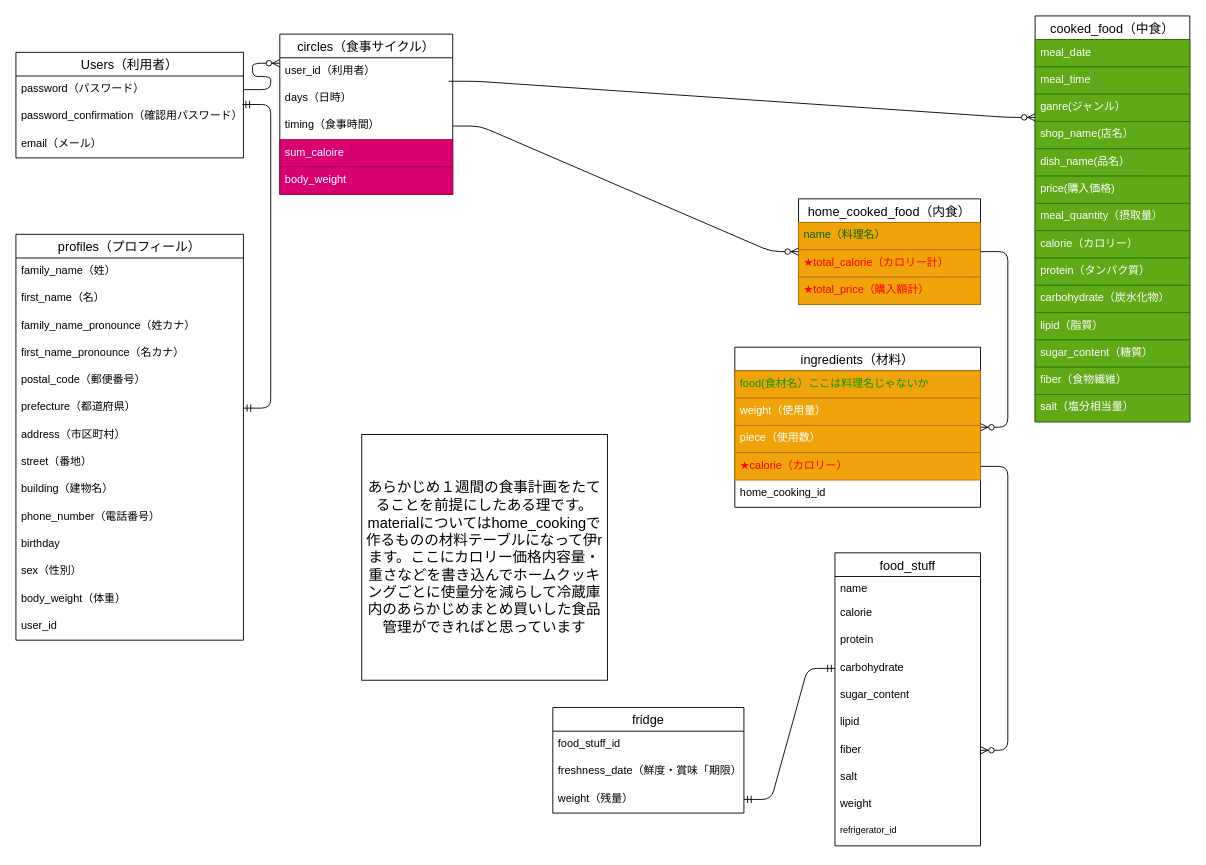
This is sample.dio from takuo-maeda/calculate_calorie_app, a draw.io file, before an edit. Source tidied: cells renumbered, new cells numbered last; positions are measured from the earlier drawing's top-left corner, leaving out a move shared by most shapes. Both pictures are drawn from the tidied source at 91%, with x=0, y=0 at pixel (15, 15).
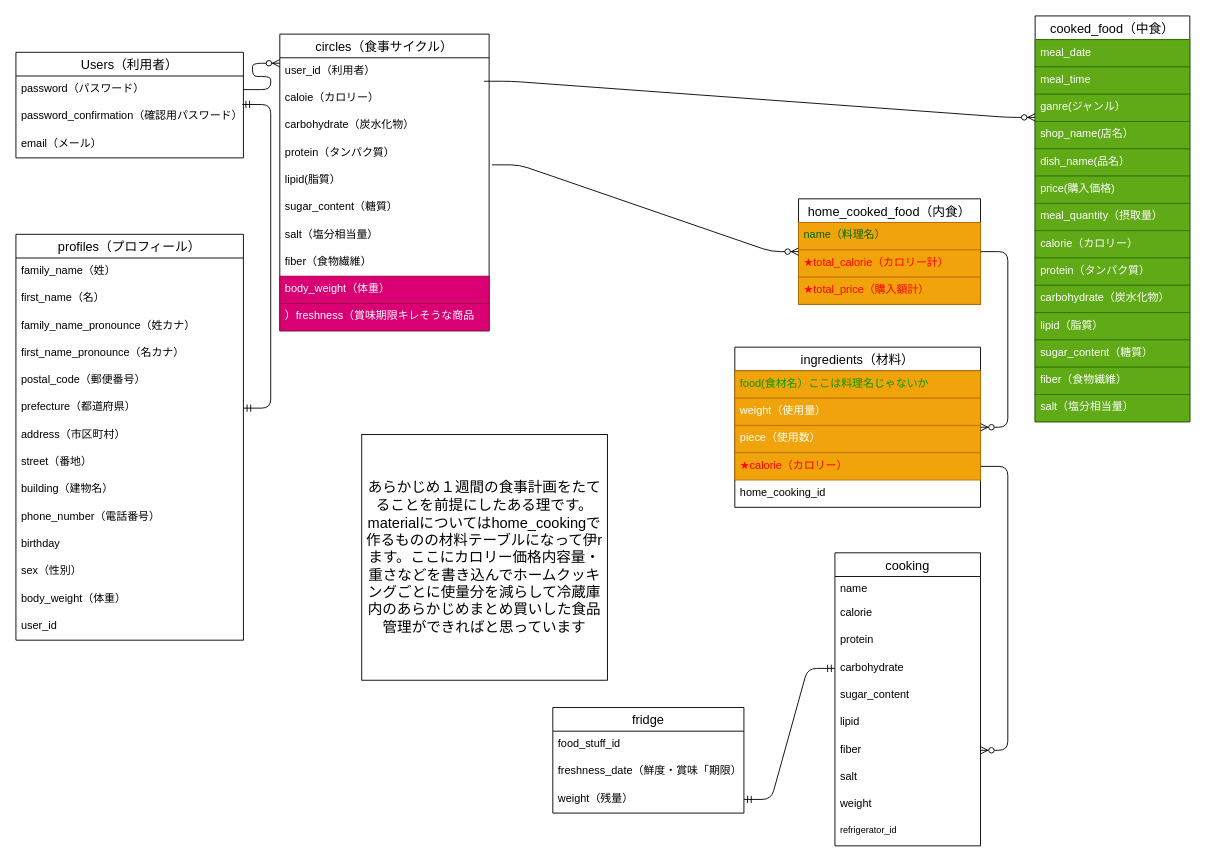
Above is the later version.

The change refers to these unchanged cells:
```xml
<mxCell id="27" value="home_cooked_food（内食）" style="swimlane;fontStyle=0;horizontal=1;startSize=26;align=center;fontSize=14;" parent="1" vertex="1">
  <mxGeometry x="860" y="201" width="200" height="116" as="geometry" />
</mxCell>
```

Diff of the diagram source:
```diff
@@
     <mxCell id="6" value="circles（食事サイクル）" style="swimlane;fontStyle=0;horizontal=1;startSize=26;align=center;fontSize=14;" parent="1" vertex="1">
-      <mxGeometry x="290" y="20" width="190" height="176" as="geometry" />
+      <mxGeometry x="290" y="20" width="230" height="326" as="geometry" />
     </mxCell>
     <mxCell id="7" value="user_id（利用者）" style="text;strokeColor=none;fillColor=none;spacingLeft=4;spacingRight=4;overflow=hidden;points=[[0,0.5],[1,0.5]];portConstraint=eastwest;fontSize=12;" parent="6" vertex="1">
-      <mxGeometry y="26" width="190" height="30" as="geometry" />
+      <mxGeometry y="26" width="230" height="30" as="geometry" />
     </mxCell>
-    <mxCell id="8" value="days（日時）" style="text;strokeColor=none;fillColor=none;spacingLeft=4;spacingRight=4;overflow=hidden;points=[[0,0.5],[1,0.5]];portConstraint=eastwest;fontSize=12;" parent="6" vertex="1">
-      <mxGeometry y="56" width="190" height="30" as="geometry" />
+    <mxCell id="8" value="caloie（カロリー）" style="text;strokeColor=none;fillColor=none;spacingLeft=4;spacingRight=4;overflow=hidden;points=[[0,0.5],[1,0.5]];portConstraint=eastwest;fontSize=12;" parent="6" vertex="1">
+      <mxGeometry y="56" width="230" height="30" as="geometry" />
     </mxCell>
-    <mxCell id="9" value="timing（食事時間）" style="text;strokeColor=none;fillColor=none;spacingLeft=4;spacingRight=4;overflow=hidden;points=[[0,0.5],[1,0.5]];portConstraint=eastwest;fontSize=12;" parent="6" vertex="1">
-      <mxGeometry y="86" width="190" height="30" as="geometry" />
-    </mxCell>
+    <mxCell id="75" value="carbohydrate（炭水化物）" style="text;strokeColor=none;fillColor=none;spacingLeft=4;spacingRight=4;overflow=hidden;fontSize=12;" parent="6" vertex="1">
+      <mxGeometry y="86" width="230" height="30" as="geometry" />
+    </mxCell>
+    <mxCell id="76" value="protein（タンパク質）" style="text;strokeColor=none;fillColor=none;spacingLeft=4;spacingRight=4;overflow=hidden;points=[[0,0.5],[1,0.5]];portConstraint=eastwest;fontSize=12;" parent="6" vertex="1">
+      <mxGeometry y="116" width="230" height="30" as="geometry" />
+    </mxCell>
+    <mxCell id="77" value="lipid(脂質）" style="text;strokeColor=none;fillColor=none;spacingLeft=4;spacingRight=4;overflow=hidden;fontSize=12;" parent="6" vertex="1">
+      <mxGeometry y="146" width="230" height="30" as="geometry" />
+    </mxCell>
+    <mxCell id="78" value="sugar_content（糖質）" style="text;strokeColor=none;fillColor=none;spacingLeft=4;spacingRight=4;overflow=hidden;fontSize=12;" parent="6" vertex="1">
+      <mxGeometry y="176" width="230" height="30" as="geometry" />
+    </mxCell>
+    <mxCell id="79" value="salt（塩分相当量）" style="text;strokeColor=none;fillColor=none;spacingLeft=4;spacingRight=4;overflow=hidden;fontSize=12;" parent="6" vertex="1">
+      <mxGeometry y="206" width="230" height="30" as="geometry" />
+    </mxCell>
+    <mxCell id="80" value="fiber（食物繊維）" style="text;strokeColor=none;fillColor=none;spacingLeft=4;spacingRight=4;overflow=hidden;fontSize=12;" parent="6" vertex="1">
+      <mxGeometry y="236" width="230" height="30" as="geometry" />
+    </mxCell>
-    <mxCell id="10" value="sum_caloire" style="text;strokeColor=#A50040;fillColor=#d80073;spacingLeft=4;spacingRight=4;overflow=hidden;fontSize=12;fontColor=#ffffff;" parent="6" vertex="1">
-      <mxGeometry y="116" width="190" height="30" as="geometry" />
+    <mxCell id="10" value="body_weight（体重）" style="text;strokeColor=#A50040;fillColor=#d80073;spacingLeft=4;spacingRight=4;overflow=hidden;fontSize=12;fontColor=#ffffff;" parent="6" vertex="1">
+      <mxGeometry y="266" width="230" height="30" as="geometry" />
     </mxCell>
-    <mxCell id="11" value="body_weight" style="text;strokeColor=#A50040;fillColor=#d80073;spacingLeft=4;spacingRight=4;overflow=hidden;fontSize=12;fontColor=#ffffff;" parent="6" vertex="1">
-      <mxGeometry y="146" width="190" height="30" as="geometry" />
+    <mxCell id="11" value="）freshness（賞味期限キレそうな商品" style="text;strokeColor=#A50040;fillColor=#d80073;spacingLeft=4;spacingRight=4;overflow=hidden;fontSize=12;fontColor=#ffffff;" parent="6" vertex="1">
+      <mxGeometry y="296" width="230" height="30" as="geometry" />
     </mxCell>
@@
-    <mxCell id="56" style="edgeStyle=entityRelationEdgeStyle;fontSize=12;html=1;endArrow=ERzeroToMany;endFill=1;exitX=1;exitY=0.5;exitDx=0;exitDy=0;entryX=0;entryY=0.5;entryDx=0;entryDy=0;" parent="1" edge="1" source="9" target="27">
+    <mxCell id="56" style="edgeStyle=entityRelationEdgeStyle;fontSize=12;html=1;endArrow=ERzeroToMany;endFill=1;exitX=1.014;exitY=0.922;exitDx=0;exitDy=0;entryX=0;entryY=0.5;entryDx=0;entryDy=0;exitPerimeter=0;" parent="1" edge="1" source="76" target="27">
       <mxGeometry relative="1" as="geometry" />
     </mxCell>
-    <mxCell id="57" value="food_stuff" style="swimlane;fontStyle=0;horizontal=1;startSize=26;align=center;fontSize=14;" parent="1" vertex="1">
+    <mxCell id="57" value="cooking" style="swimlane;fontStyle=0;horizontal=1;startSize=26;align=center;fontSize=14;" parent="1" vertex="1">
       <mxGeometry x="900" y="590" width="160" height="322" as="geometry" />
     </mxCell>
```
